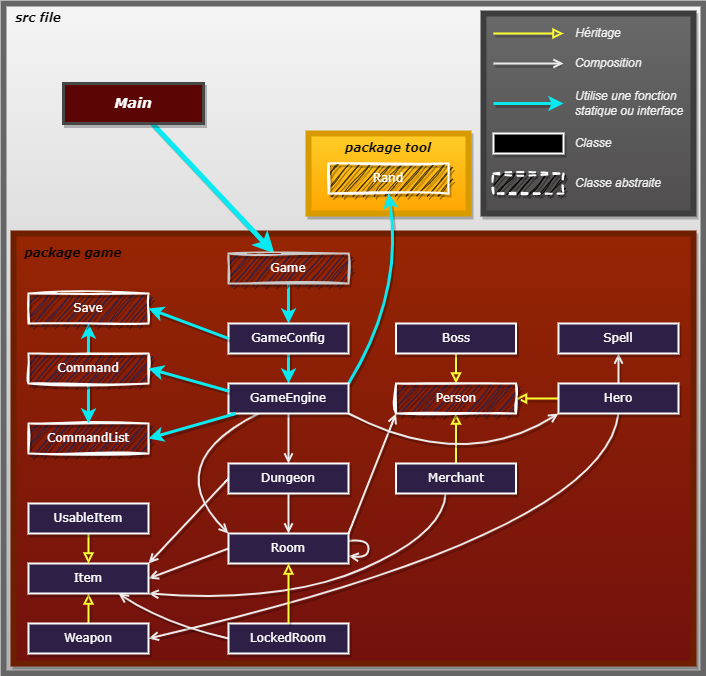
Above: Java_RPG/doc/diagram.drawio.png in Vivien-Parsis/Jeux-rpg (draw.io), before the change. Source tidied: cells renumbered, new cells last; positions are measured from the earlier drawing's top-left corner, leaving out a move shared by most shapes.
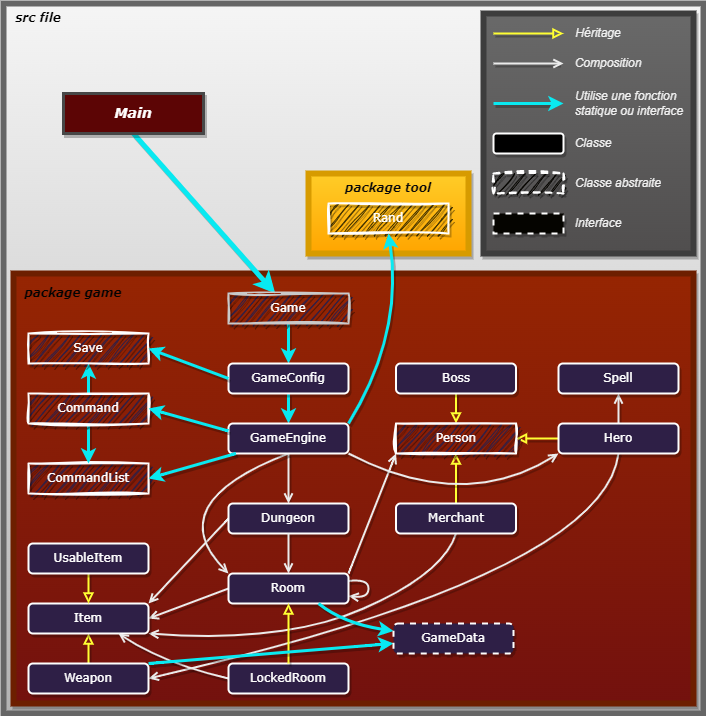
Above is the later version.

What changed in the source:
```diff
@@ -2,8 +2,8 @@
   <root>
     <mxCell id="0" />
     <mxCell id="1" parent="0" />
-    <mxCell id="2" style="rounded=0.5;whiteSpace=wrap;html=1;strokeWidth=6;fillColor=#f5f5f5;strokeColor=#666666;gradientColor=#b3b3b3;shadow=0;" parent="1" vertex="1">
-      <mxGeometry width="700" height="670" as="geometry" />
+    <mxCell id="2" style="rounded=0.5;whiteSpace=wrap;html=1;strokeWidth=6;fillColor=#f5f5f5;strokeColor=#666666;gradientColor=#b3b3b3;shadow=0;gradientDirection=south;" parent="1" vertex="1">
+      <mxGeometry y="-40" width="700" height="710" as="geometry" />
     </mxCell>
     <mxCell id="3" style="rounded=0;whiteSpace=wrap;html=1;fillColor=#ffcd28;gradientColor=#ffa500;strokeColor=#d79b00;gradientDirection=south;strokeWidth=6;shadow=1;" parent="1" vertex="1">
       <mxGeometry x="305" y="130" width="160" height="80" as="geometry" />
@@ -26,14 +26,14 @@
     <mxCell id="9" style="edgeStyle=none;html=1;fontColor=#ffffff;strokeColor=#EBEBEB;strokeWidth=2;entryX=0.5;entryY=0;entryDx=0;entryDy=0;startArrow=none;endArrow=open;endFill=0;shadow=1;" parent="1" edge="1" source="40" target="30">
       <mxGeometry relative="1" as="geometry" />
     </mxCell>
-    <mxCell id="10" style="edgeStyle=none;html=1;strokeColor=#09e9f1;strokeWidth=5;fontColor=#FFFAFA;shadow=1;" parent="1" edge="1" source="29" target="44">
+    <mxCell id="10" style="edgeStyle=none;html=1;strokeColor=#09e9f1;strokeWidth=5;fontColor=#FFFAFA;shadow=1;exitX=0.5;exitY=1;exitDx=0;exitDy=0;" parent="1" edge="1" source="29" target="44">
       <mxGeometry relative="1" as="geometry" />
     </mxCell>
     <mxCell id="11" value="Rand" style="rounded=0;whiteSpace=wrap;html=1;fillStyle=auto;fillColor=#403100;fontFamily=Verdana;fontColor=#ffffff;strokeWidth=2;strokeColor=#ffffff;shadow=1;sketch=1;curveFitting=1;jiggle=2;" parent="1" vertex="1">
       <mxGeometry x="325" y="160" width="120" height="30" as="geometry" />
     </mxCell>
     <mxCell id="12" value="&lt;font face=&quot;Verdana&quot;&gt;src file&lt;/font&gt;" style="text;html=1;align=center;verticalAlign=middle;whiteSpace=wrap;rounded=0;fontColor=#000000;fontStyle=3;strokeColor=none;labelBackgroundColor=none;labelBorderColor=none;shadow=1;" parent="1" vertex="1">
-      <mxGeometry x="10" y="10" width="50" height="10" as="geometry" />
+      <mxGeometry x="10" y="-30" width="50" height="10" as="geometry" />
     </mxCell>
     <mxCell id="13" style="edgeStyle=none;html=1;entryX=0.5;entryY=1;entryDx=0;entryDy=0;strokeColor=#FFFF33;fontColor=#FFFAFA;strokeWidth=2;endArrow=block;endFill=0;shadow=1;" parent="1" edge="1" source="65" target="31">
       <mxGeometry relative="1" as="geometry" />
@@ -44,7 +44,7 @@
     <mxCell id="15" style="edgeStyle=none;curved=1;html=1;entryX=1;entryY=0;entryDx=0;entryDy=0;exitX=0;exitY=0.5;exitDx=0;exitDy=0;fontColor=#FFFAFA;strokeColor=#EBEBEB;strokeWidth=2;endArrow=open;endFill=0;shadow=1;" parent="1" edge="1" source="30" target="37">
       <mxGeometry relative="1" as="geometry" />
     </mxCell>
-    <mxCell id="16" style="edgeStyle=none;html=1;entryX=0.413;entryY=1;entryDx=0;entryDy=0;strokeColor=#EBEBEB;fontColor=#FFFAFA;strokeWidth=2;exitX=1;exitY=1;exitDx=0;exitDy=0;endArrow=none;endFill=0;curved=1;shadow=1;startArrow=open;startFill=0;entryPerimeter=0;" parent="1" edge="1" source="37" target="65">
+    <mxCell id="16" style="edgeStyle=none;html=1;entryX=0.5;entryY=1;entryDx=0;entryDy=0;strokeColor=#EBEBEB;fontColor=#FFFAFA;strokeWidth=2;exitX=1;exitY=1;exitDx=0;exitDy=0;endArrow=none;endFill=0;curved=1;shadow=1;startArrow=open;startFill=0;" parent="1" edge="1" source="37" target="65">
       <mxGeometry relative="1" as="geometry">
         <Array as="points">
           <mxPoint x="280" y="600" />
@@ -86,7 +86,7 @@
         </Array>
       </mxGeometry>
     </mxCell>
-    <mxCell id="25" style="edgeStyle=none;curved=1;html=1;entryX=0;entryY=0;entryDx=0;entryDy=0;fontColor=#FFFAFA;strokeColor=#EBEBEB;strokeWidth=2;endArrow=open;endFill=0;shadow=1;" parent="1" edge="1" source="40" target="38">
+    <mxCell id="25" style="edgeStyle=none;curved=1;html=1;entryX=0;entryY=0;entryDx=0;entryDy=0;fontColor=#FFFAFA;strokeColor=#EBEBEB;strokeWidth=2;endArrow=open;endFill=0;shadow=1;exitX=0.5;exitY=1;exitDx=0;exitDy=0;" parent="1" edge="1" source="40" target="38">
       <mxGeometry relative="1" as="geometry">
         <Array as="points">
           <mxPoint x="155" y="460" />
@@ -107,42 +107,42 @@
       </mxGeometry>
     </mxCell>
     <mxCell id="29" value="&lt;font style=&quot;font-size: 14px;&quot;&gt;&lt;i&gt;Main&lt;/i&gt;&lt;/font&gt;" style="rounded=0;whiteSpace=wrap;html=1;fontFamily=Verdana;fillColor=#5C0505;fontStyle=1;fontColor=#ffffff;strokeColor=#474747;fillStyle=auto;strokeWidth=3;shadow=1;" parent="1" vertex="1">
-      <mxGeometry x="60" y="80" width="140" height="40" as="geometry" />
+      <mxGeometry x="60" y="50" width="140" height="40" as="geometry" />
     </mxCell>
-    <mxCell id="30" value="Dungeon" style="rounded=0;whiteSpace=wrap;html=1;fillStyle=auto;fillColor=#2E1F46;fontFamily=Verdana;fontColor=#ffffff;strokeColor=#ffffff;strokeWidth=2;shadow=1;" parent="1" vertex="1">
+    <mxCell id="30" value="Dungeon" style="rounded=1;whiteSpace=wrap;html=1;fillStyle=auto;fillColor=#2E1F46;fontFamily=Verdana;fontColor=#ffffff;strokeColor=#ffffff;strokeWidth=2;shadow=1;" parent="1" vertex="1">
       <mxGeometry x="225" y="460" width="120" height="30" as="geometry" />
     </mxCell>
     <mxCell id="31" value="Person" style="rounded=0;whiteSpace=wrap;html=1;fillStyle=auto;fillColor=#2E1F46;fontFamily=Verdana;fontColor=#ffffff;strokeColor=#ffffff;strokeWidth=2;shadow=1;sketch=1;curveFitting=1;jiggle=2;" parent="1" vertex="1">
       <mxGeometry x="392.5" y="380" width="120" height="30" as="geometry" />
     </mxCell>
-    <mxCell id="32" value="Boss" style="rounded=0;whiteSpace=wrap;html=1;fillStyle=auto;fillColor=#2E1F46;fontFamily=Verdana;fontColor=#ffffff;strokeColor=#ffffff;strokeWidth=2;shadow=1;" parent="1" vertex="1">
+    <mxCell id="32" value="Boss" style="rounded=1;whiteSpace=wrap;html=1;fillStyle=auto;fillColor=#2E1F46;fontFamily=Verdana;fontColor=#ffffff;strokeColor=#ffffff;strokeWidth=2;shadow=1;" parent="1" vertex="1">
       <mxGeometry x="392.5" y="320" width="120" height="30" as="geometry" />
     </mxCell>
-    <mxCell id="33" value="Hero" style="rounded=0;whiteSpace=wrap;html=1;fillStyle=auto;fillColor=#2E1F46;fontFamily=Verdana;fontColor=#ffffff;strokeColor=#ffffff;strokeWidth=2;shadow=1;" parent="1" vertex="1">
+    <mxCell id="33" value="Hero" style="rounded=1;whiteSpace=wrap;html=1;fillStyle=auto;fillColor=#2E1F46;fontFamily=Verdana;fontColor=#ffffff;strokeColor=#ffffff;strokeWidth=2;shadow=1;" parent="1" vertex="1">
       <mxGeometry x="555" y="380" width="120" height="30" as="geometry" />
     </mxCell>
-    <mxCell id="34" value="Spell" style="rounded=0;whiteSpace=wrap;html=1;fillStyle=auto;fillColor=#2E1F46;fontFamily=Verdana;fontColor=#ffffff;strokeWidth=2;strokeColor=#ffffff;shadow=1;" parent="1" vertex="1">
+    <mxCell id="34" value="Spell" style="rounded=1;whiteSpace=wrap;html=1;fillStyle=auto;fillColor=#2E1F46;fontFamily=Verdana;fontColor=#ffffff;strokeWidth=2;strokeColor=#ffffff;shadow=1;" parent="1" vertex="1">
       <mxGeometry x="555" y="320" width="120" height="30" as="geometry" />
     </mxCell>
     <mxCell id="35" value="&lt;font face=&quot;Verdana&quot;&gt;package tool&lt;/font&gt;" style="text;html=1;align=center;verticalAlign=middle;whiteSpace=wrap;rounded=0;fontColor=#0A0A0A;fontStyle=3;strokeColor=none;shadow=1;" parent="1" vertex="1">
       <mxGeometry x="335" y="130" width="100" height="30" as="geometry" />
     </mxCell>
-    <mxCell id="36" value="Weapon" style="rounded=0;whiteSpace=wrap;html=1;fillStyle=auto;fillColor=#2E1F46;fontFamily=Verdana;fontColor=#ffffff;strokeWidth=2;strokeColor=#ffffff;shadow=1;" parent="1" vertex="1">
+    <mxCell id="36" value="Weapon" style="rounded=1;whiteSpace=wrap;html=1;fillStyle=auto;fillColor=#2E1F46;fontFamily=Verdana;fontColor=#ffffff;strokeWidth=2;strokeColor=#ffffff;shadow=1;" parent="1" vertex="1">
       <mxGeometry x="25" y="620" width="120" height="30" as="geometry" />
     </mxCell>
-    <mxCell id="37" value="Item" style="rounded=0;whiteSpace=wrap;html=1;fillStyle=auto;fillColor=#2E1F46;fontFamily=Verdana;fontColor=#ffffff;strokeWidth=2;strokeColor=#ffffff;shadow=1;" parent="1" vertex="1">
+    <mxCell id="37" value="Item" style="rounded=1;whiteSpace=wrap;html=1;fillStyle=auto;fillColor=#2E1F46;fontFamily=Verdana;fontColor=#ffffff;strokeWidth=2;strokeColor=#ffffff;shadow=1;" parent="1" vertex="1">
       <mxGeometry x="25" y="560" width="120" height="30" as="geometry" />
     </mxCell>
-    <mxCell id="38" value="Room" style="rounded=0;whiteSpace=wrap;html=1;fillStyle=auto;fillColor=#2E1F46;fontFamily=Verdana;fontColor=#ffffff;strokeColor=#ffffff;strokeWidth=2;shadow=1;" parent="1" vertex="1">
+    <mxCell id="38" value="Room" style="rounded=1;whiteSpace=wrap;html=1;fillStyle=auto;fillColor=#2E1F46;fontFamily=Verdana;fontColor=#ffffff;strokeColor=#ffffff;strokeWidth=2;shadow=1;" parent="1" vertex="1">
       <mxGeometry x="225" y="530" width="120" height="30" as="geometry" />
     </mxCell>
     <mxCell id="39" style="edgeStyle=none;html=1;fontColor=#ffffff;strokeColor=#EBEBEB;strokeWidth=2;endArrow=open;endFill=0;entryX=0.5;entryY=0;entryDx=0;entryDy=0;shadow=1;" parent="1" edge="1" source="30" target="38">
       <mxGeometry relative="1" as="geometry" />
     </mxCell>
-    <mxCell id="40" value="GameEngine" style="rounded=0;whiteSpace=wrap;html=1;fillStyle=auto;fillColor=#2E1F46;fontFamily=Verdana;fontColor=#ffffff;strokeColor=#ffffff;strokeWidth=2;shadow=1;" parent="1" vertex="1">
+    <mxCell id="40" value="GameEngine" style="rounded=1;whiteSpace=wrap;html=1;fillStyle=auto;fillColor=#2E1F46;fontFamily=Verdana;fontColor=#ffffff;strokeColor=#ffffff;strokeWidth=2;shadow=1;" parent="1" vertex="1">
       <mxGeometry x="225" y="380" width="120" height="30" as="geometry" />
     </mxCell>
-    <mxCell id="41" value="GameConfig" style="rounded=0;whiteSpace=wrap;html=1;fillStyle=auto;fillColor=#2E1F46;fontFamily=Verdana;fontColor=#ffffff;strokeWidth=2;strokeColor=#ffffff;shadow=1;" parent="1" vertex="1">
+    <mxCell id="41" value="GameConfig" style="rounded=1;whiteSpace=wrap;html=1;fillStyle=auto;fillColor=#2E1F46;fontFamily=Verdana;fontColor=#ffffff;strokeWidth=2;strokeColor=#ffffff;shadow=1;" parent="1" vertex="1">
       <mxGeometry x="225" y="320" width="120" height="30" as="geometry" />
     </mxCell>
     <mxCell id="42" style="edgeStyle=none;html=1;entryX=0.5;entryY=1;entryDx=0;entryDy=0;exitX=0.5;exitY=0;exitDx=0;exitDy=0;strokeColor=#09e9f1;fontColor=#FFFAFA;strokeWidth=3;shadow=1;" parent="1" edge="1" source="43" target="50">
@@ -161,7 +161,7 @@
         </Array>
       </mxGeometry>
     </mxCell>
-    <mxCell id="46" value="LockedRoom" style="rounded=0;whiteSpace=wrap;html=1;fillStyle=auto;fillColor=#2E1F46;fontFamily=Verdana;fontColor=#ffffff;strokeColor=#ffffff;strokeWidth=2;shadow=1;" parent="1" vertex="1">
+    <mxCell id="46" value="LockedRoom" style="rounded=1;whiteSpace=wrap;html=1;fillStyle=auto;fillColor=#2E1F46;fontFamily=Verdana;fontColor=#ffffff;strokeColor=#ffffff;strokeWidth=2;shadow=1;" parent="1" vertex="1">
       <mxGeometry x="225" y="620" width="120" height="30" as="geometry" />
     </mxCell>
     <mxCell id="47" style="edgeStyle=none;html=1;fontColor=#FFFAFA;strokeColor=#FFFF33;strokeWidth=2;exitX=0.5;exitY=0;exitDx=0;exitDy=0;entryX=0.5;entryY=1;entryDx=0;entryDy=0;endArrow=block;endFill=0;shadow=1;" parent="1" edge="1" source="46" target="38">
@@ -170,7 +170,7 @@
     <mxCell id="48" style="edgeStyle=none;html=1;endArrow=block;strokeColor=#FFFF33;fontColor=#FFFAFA;strokeWidth=2;endFill=0;shadow=1;entryX=0.5;entryY=0;entryDx=0;entryDy=0;" parent="1" edge="1" source="49" target="37">
       <mxGeometry relative="1" as="geometry" />
     </mxCell>
-    <mxCell id="49" value="UsableItem" style="rounded=0;whiteSpace=wrap;html=1;fillStyle=auto;fillColor=#2E1F46;fontFamily=Verdana;fontColor=#ffffff;strokeWidth=2;strokeColor=#ffffff;shadow=1;" parent="1" vertex="1">
+    <mxCell id="49" value="UsableItem" style="rounded=1;whiteSpace=wrap;html=1;fillStyle=auto;fillColor=#2E1F46;fontFamily=Verdana;fontColor=#ffffff;strokeWidth=2;strokeColor=#ffffff;shadow=1;" parent="1" vertex="1">
       <mxGeometry x="25" y="500" width="120" height="30" as="geometry" />
     </mxCell>
     <mxCell id="50" value="Save" style="rounded=0;whiteSpace=wrap;html=1;fillStyle=auto;fillColor=#2E1F46;fontFamily=Verdana;fontColor=#ffffff;strokeWidth=2;strokeColor=#ffffff;shadow=1;sketch=1;curveFitting=1;jiggle=2;" parent="1" vertex="1">
@@ -186,48 +186,45 @@
       <mxGeometry relative="1" as="geometry" />
     </mxCell>
     <mxCell id="54" style="rounded=0;whiteSpace=wrap;html=1;fillColor=#504e4e;strokeWidth=6;strokeColor=#3D3D3D;gradientColor=#696969;gradientDirection=north;shadow=1;" parent="1" vertex="1">
-      <mxGeometry x="480" y="10" width="210" height="200" as="geometry" />
+      <mxGeometry x="480" y="-30" width="210" height="240" as="geometry" />
     </mxCell>
     <mxCell id="55" style="edgeStyle=none;html=1;fontColor=#FFFAFA;strokeColor=#FFFF33;strokeWidth=2;startArrow=none;endArrow=block;endFill=0;shadow=1;" parent="1" edge="1">
       <mxGeometry relative="1" as="geometry">
-        <mxPoint x="490" y="30" as="sourcePoint" />
-        <mxPoint x="560" y="30" as="targetPoint" />
+        <mxPoint x="490" y="-10" as="sourcePoint" />
+        <mxPoint x="560" y="-10" as="targetPoint" />
       </mxGeometry>
     </mxCell>
     <mxCell id="56" style="edgeStyle=none;html=1;fontColor=#FFFAFA;strokeColor=#EBEBEB;strokeWidth=2;startArrow=none;endArrow=open;endFill=0;shadow=1;" parent="1" edge="1">
       <mxGeometry relative="1" as="geometry">
-        <mxPoint x="490" y="60" as="sourcePoint" />
-        <mxPoint x="560" y="60" as="targetPoint" />
+        <mxPoint x="490" y="20" as="sourcePoint" />
+        <mxPoint x="560" y="20" as="targetPoint" />
       </mxGeometry>
     </mxCell>
     <mxCell id="57" style="edgeStyle=none;html=1;fontColor=#FFFAFA;strokeColor=#09e9f1;strokeWidth=3;startArrow=none;shadow=1;" parent="1" edge="1">
       <mxGeometry relative="1" as="geometry">
-        <mxPoint x="490" y="100" as="sourcePoint" />
-        <mxPoint x="560" y="100" as="targetPoint" />
+        <mxPoint x="490" y="60" as="sourcePoint" />
+        <mxPoint x="560" y="60" as="targetPoint" />
       </mxGeometry>
     </mxCell>
     <mxCell id="58" value="Héritage" style="text;html=1;strokeColor=none;fillColor=none;align=center;verticalAlign=middle;whiteSpace=wrap;rounded=0;fontSize=12;fontStyle=2;fontColor=#F0F0F0;shadow=1;" parent="1" vertex="1">
-      <mxGeometry x="570" y="20" width="50" height="20" as="geometry" />
+      <mxGeometry x="570" y="-20" width="50" height="20" as="geometry" />
     </mxCell>
     <mxCell id="59" value="Composition" style="text;html=1;strokeColor=none;fillColor=none;align=center;verticalAlign=middle;whiteSpace=wrap;rounded=0;fontSize=12;fontStyle=2;fontColor=#F0F0F0;shadow=1;" parent="1" vertex="1">
-      <mxGeometry x="570" y="50" width="70" height="20" as="geometry" />
+      <mxGeometry x="570" y="10" width="70" height="20" as="geometry" />
     </mxCell>
     <mxCell id="60" value="Utilise une fonction statique ou interface" style="text;html=1;strokeColor=none;fillColor=none;align=left;verticalAlign=middle;whiteSpace=wrap;rounded=0;fontSize=12;fontStyle=2;fontColor=#F0F0F0;shadow=1;" parent="1" vertex="1">
-      <mxGeometry x="570" y="85" width="120" height="30" as="geometry" />
+      <mxGeometry x="570" y="45" width="120" height="30" as="geometry" />
     </mxCell>
-    <mxCell id="61" style="rounded=0;whiteSpace=wrap;html=1;fillStyle=auto;fillColor=#000000;fontFamily=Verdana;fontColor=#ffffff;strokeWidth=2;strokeColor=#ffffff;shadow=1;" parent="1" vertex="1">
-      <mxGeometry x="490" y="130" width="70" height="20" as="geometry" />
+    <mxCell id="61" style="rounded=1;whiteSpace=wrap;html=1;fillStyle=auto;fillColor=#000000;fontFamily=Verdana;fontColor=#ffffff;strokeWidth=2;strokeColor=#ffffff;shadow=1;" parent="1" vertex="1">
+      <mxGeometry x="490" y="90" width="70" height="20" as="geometry" />
     </mxCell>
-    <mxCell id="62" style="rounded=0;whiteSpace=wrap;html=1;dashed=1;fillStyle=auto;fillColor=#050400;fontFamily=Verdana;fontColor=#ffffff;strokeColor=#ffffff;strokeWidth=2;shadow=1;sketch=1;curveFitting=1;jiggle=2;" parent="1" vertex="1">
-      <mxGeometry x="490" y="170" width="70" height="20" as="geometry" />
-    </mxCell>
     <mxCell id="63" value="Classe" style="text;html=1;strokeColor=none;fillColor=none;align=center;verticalAlign=middle;whiteSpace=wrap;rounded=0;fontSize=12;fontStyle=2;fontColor=#F0F0F0;shadow=1;" parent="1" vertex="1">
-      <mxGeometry x="570" y="130" width="40" height="20" as="geometry" />
+      <mxGeometry x="570" y="90" width="40" height="20" as="geometry" />
     </mxCell>
     <mxCell id="64" value="Classe abstraite" style="text;html=1;strokeColor=none;fillColor=none;align=center;verticalAlign=middle;whiteSpace=wrap;rounded=0;fontSize=12;fontStyle=2;fontColor=#F0F0F0;rotation=0;shadow=1;" parent="1" vertex="1">
-      <mxGeometry x="570" y="170" width="90" height="20" as="geometry" />
+      <mxGeometry x="570" y="130" width="90" height="20" as="geometry" />
     </mxCell>
-    <mxCell id="65" value="Merchant" style="rounded=0;whiteSpace=wrap;html=1;fillStyle=auto;fillColor=#2E1F46;fontFamily=Verdana;fontColor=#ffffff;strokeWidth=2;strokeColor=#ffffff;shadow=1;" parent="1" vertex="1">
+    <mxCell id="65" value="Merchant" style="rounded=1;whiteSpace=wrap;html=1;fillStyle=auto;fillColor=#2E1F46;fontFamily=Verdana;fontColor=#ffffff;strokeWidth=2;strokeColor=#ffffff;shadow=1;" parent="1" vertex="1">
       <mxGeometry x="392.5" y="460" width="120" height="30" as="geometry" />
     </mxCell>
     <mxCell id="66" style="edgeStyle=none;html=1;entryX=0;entryY=1;entryDx=0;entryDy=0;curved=1;fontColor=#FFFAFA;strokeColor=#EBEBEB;strokeWidth=2;exitX=1;exitY=1;exitDx=0;exitDy=0;endArrow=open;endFill=0;shadow=1;" parent="1" edge="1" target="33">
@@ -238,5 +235,27 @@
         </Array>
       </mxGeometry>
     </mxCell>
+    <mxCell id="67" style="edgeStyle=none;html=1;entryX=0.75;entryY=1;entryDx=0;entryDy=0;endArrow=none;strokeColor=#09e9f1;fontColor=#FFFAFA;strokeWidth=3;endFill=0;shadow=1;startArrow=classic;startFill=1;curved=1;exitX=0;exitY=0.25;exitDx=0;exitDy=0;" parent="1" edge="1" source="69" target="38">
+      <mxGeometry relative="1" as="geometry">
+        <Array as="points">
+          <mxPoint x="340" y="580" />
+        </Array>
+      </mxGeometry>
+    </mxCell>
+    <mxCell id="68" style="edgeStyle=none;html=1;entryX=1;entryY=0;entryDx=0;entryDy=0;startArrow=classic;startFill=1;endArrow=none;endFill=0;curved=1;strokeColor=#09e9f1;fontColor=#FFFAFA;strokeWidth=3;shadow=1;" parent="1" edge="1" source="69" target="36">
+      <mxGeometry relative="1" as="geometry" />
+    </mxCell>
+    <mxCell id="69" value="GameData" style="rounded=1;whiteSpace=wrap;html=1;fillStyle=auto;fillColor=#2E1F46;fontFamily=Verdana;fontColor=#ffffff;strokeWidth=2;strokeColor=#ffffff;shadow=1;dashed=1;" parent="1" vertex="1">
+      <mxGeometry x="390" y="580" width="120" height="30" as="geometry" />
+    </mxCell>
+    <mxCell id="70" value="Interface" style="text;html=1;strokeColor=none;fillColor=none;align=center;verticalAlign=middle;whiteSpace=wrap;rounded=0;fontSize=12;fontStyle=2;fontColor=#F0F0F0;rotation=0;shadow=1;" parent="1" vertex="1">
+      <mxGeometry x="570" y="170" width="50" height="20" as="geometry" />
+    </mxCell>
+    <mxCell id="71" style="rounded=0;whiteSpace=wrap;html=1;fillStyle=auto;fillColor=#050400;fontFamily=Verdana;fontColor=#ffffff;strokeColor=#ffffff;strokeWidth=2;shadow=1;perimeterSpacing=1;dashed=1;" parent="1" vertex="1">
+      <mxGeometry x="490" y="170" width="70" height="20" as="geometry" />
+    </mxCell>
+    <mxCell id="72" style="rounded=0;whiteSpace=wrap;html=1;dashed=1;fillStyle=auto;fillColor=#050400;fontFamily=Verdana;fontColor=#ffffff;strokeColor=#ffffff;strokeWidth=2;shadow=1;sketch=1;curveFitting=1;jiggle=2;" parent="1" vertex="1">
+      <mxGeometry x="490" y="130" width="70" height="20" as="geometry" />
+    </mxCell>
   </root>
 </mxGraphModel>
```
